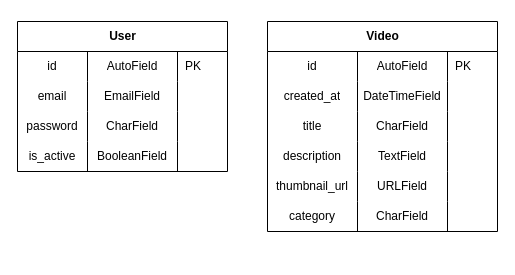
Before: docs/er_diagram.drawio in PBiebert/Videoflix_Backend, a draw.io diagram. Source tidied: cells renumbered, new cells numbered last; positions are measured from the earlier drawing's top-left corner, leaving out a move shared by most shapes. Both pictures are drawn from the tidied source at 100%, with x=0, y=0 at pixel (17, 21).
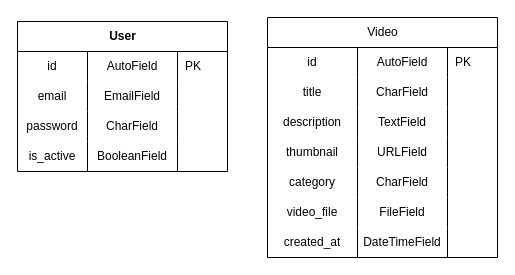
After the change.

Commit message (it also covers changes not shown here):
feat(video_library): implement video model, admin registration, and video conversion tasks

Change to the diagram source:
```diff
@@
-    <mxCell id="19" value="Video" style="shape=table;startSize=30;childLayout=tableLayout;rowLines=0;fontStyle=1;align=center;html=1;" parent="1" vertex="1">
-      <mxGeometry x="250" width="230" height="210" as="geometry" />
+    <mxCell id="19" value="Video" style="shape=table;startSize=30;childLayout=tableLayout;rowLines=0;align=center;html=1;" parent="1" vertex="1">
+      <mxGeometry x="250" y="-4" width="230" height="240" as="geometry" />
     </mxCell>
@@
-    <mxCell id="24" style="shape=tableRow;horizontal=0;startSize=0;swimlaneHead=0;swimlaneBody=0;fillColor=none;top=0;left=0;right=0;bottom=0;" parent="19" vertex="1">
-      <mxGeometry y="60" width="230" height="30" as="geometry" />
-    </mxCell>
-    <mxCell id="25" value="created_at" style="shape=partialRectangle;fillColor=none;top=0;left=0;bottom=0;right=0;overflow=hidden;whiteSpace=wrap;html=1;" parent="24" vertex="1">
-      <mxGeometry width="90" height="30" as="geometry" />
-    </mxCell>
-    <mxCell id="26" value="DateTimeField" style="shape=partialRectangle;fillColor=none;top=0;left=0;bottom=0;right=0;overflow=hidden;whiteSpace=wrap;html=1;" parent="24" vertex="1">
-      <mxGeometry x="90" width="90" height="30" as="geometry" />
-    </mxCell>
-    <mxCell id="27" style="shape=partialRectangle;fillColor=none;top=0;left=0;bottom=0;right=0;align=left;spacingLeft=6;overflow=hidden;whiteSpace=wrap;html=1;" parent="24" vertex="1">
-      <mxGeometry x="180" width="50" height="30" as="geometry" />
-    </mxCell>
     <mxCell id="28" style="shape=tableRow;horizontal=0;startSize=0;swimlaneHead=0;swimlaneBody=0;fillColor=none;top=0;left=0;right=0;bottom=0;" parent="19" vertex="1">
-      <mxGeometry y="90" width="230" height="30" as="geometry" />
+      <mxGeometry y="60" width="230" height="30" as="geometry" />
     </mxCell>
@@
     <mxCell id="32" style="shape=tableRow;horizontal=0;startSize=0;swimlaneHead=0;swimlaneBody=0;fillColor=none;top=0;left=0;right=0;bottom=0;" parent="19" vertex="1">
-      <mxGeometry y="120" width="230" height="30" as="geometry" />
+      <mxGeometry y="90" width="230" height="30" as="geometry" />
     </mxCell>
@@
     <mxCell id="36" style="shape=tableRow;horizontal=0;startSize=0;swimlaneHead=0;swimlaneBody=0;fillColor=none;top=0;left=0;right=0;bottom=0;" parent="19" vertex="1">
-      <mxGeometry y="150" width="230" height="30" as="geometry" />
+      <mxGeometry y="120" width="230" height="30" as="geometry" />
     </mxCell>
-    <mxCell id="37" value="thumbnail_url" style="shape=partialRectangle;fillColor=none;top=0;left=0;bottom=0;right=0;overflow=hidden;whiteSpace=wrap;html=1;" parent="36" vertex="1">
+    <mxCell id="37" value="thumbnail" style="shape=partialRectangle;fillColor=none;top=0;left=0;bottom=0;right=0;overflow=hidden;whiteSpace=wrap;html=1;" parent="36" vertex="1">
       <mxGeometry width="90" height="30" as="geometry" />
     </mxCell>
@@
     <mxCell id="40" style="shape=tableRow;horizontal=0;startSize=0;swimlaneHead=0;swimlaneBody=0;fillColor=none;top=0;left=0;right=0;bottom=0;" parent="19" vertex="1">
-      <mxGeometry y="180" width="230" height="30" as="geometry" />
+      <mxGeometry y="150" width="230" height="30" as="geometry" />
     </mxCell>
@@
+    <mxCell id="44" style="shape=tableRow;horizontal=0;startSize=0;swimlaneHead=0;swimlaneBody=0;fillColor=none;top=0;left=0;right=0;bottom=0;" parent="19" vertex="1">
+      <mxGeometry y="180" width="230" height="30" as="geometry" />
+    </mxCell>
+    <mxCell id="45" value="video_file" style="shape=partialRectangle;fillColor=none;top=0;left=0;bottom=0;right=0;overflow=hidden;whiteSpace=wrap;html=1;" parent="44" vertex="1">
+      <mxGeometry width="90" height="30" as="geometry" />
+    </mxCell>
+    <mxCell id="46" value="FileField" style="shape=partialRectangle;fillColor=none;top=0;left=0;bottom=0;right=0;overflow=hidden;whiteSpace=wrap;html=1;" parent="44" vertex="1">
+      <mxGeometry x="90" width="90" height="30" as="geometry" />
+    </mxCell>
+    <mxCell id="47" style="shape=partialRectangle;fillColor=none;top=0;left=0;bottom=0;right=0;align=left;spacingLeft=6;overflow=hidden;whiteSpace=wrap;html=1;" parent="44" vertex="1">
+      <mxGeometry x="180" width="50" height="30" as="geometry" />
+    </mxCell>
+    <mxCell id="48" style="shape=tableRow;horizontal=0;startSize=0;swimlaneHead=0;swimlaneBody=0;fillColor=none;top=0;left=0;right=0;bottom=0;" parent="19" vertex="1">
+      <mxGeometry y="210" width="230" height="30" as="geometry" />
+    </mxCell>
+    <mxCell id="25" value="created_at" style="shape=partialRectangle;fillColor=none;top=0;left=0;bottom=0;right=0;overflow=hidden;whiteSpace=wrap;html=1;" parent="48" vertex="1">
+      <mxGeometry width="90" height="30" as="geometry" />
+    </mxCell>
+    <mxCell id="26" value="DateTimeField" style="shape=partialRectangle;fillColor=none;top=0;left=0;bottom=0;right=0;overflow=hidden;whiteSpace=wrap;html=1;" parent="48" vertex="1">
+      <mxGeometry x="90" width="90" height="30" as="geometry" />
+    </mxCell>
+    <mxCell id="49" style="shape=partialRectangle;fillColor=none;top=0;left=0;bottom=0;right=0;align=left;spacingLeft=6;overflow=hidden;whiteSpace=wrap;html=1;" parent="48" vertex="1">
+      <mxGeometry x="180" width="50" height="30" as="geometry" />
+    </mxCell>
```
